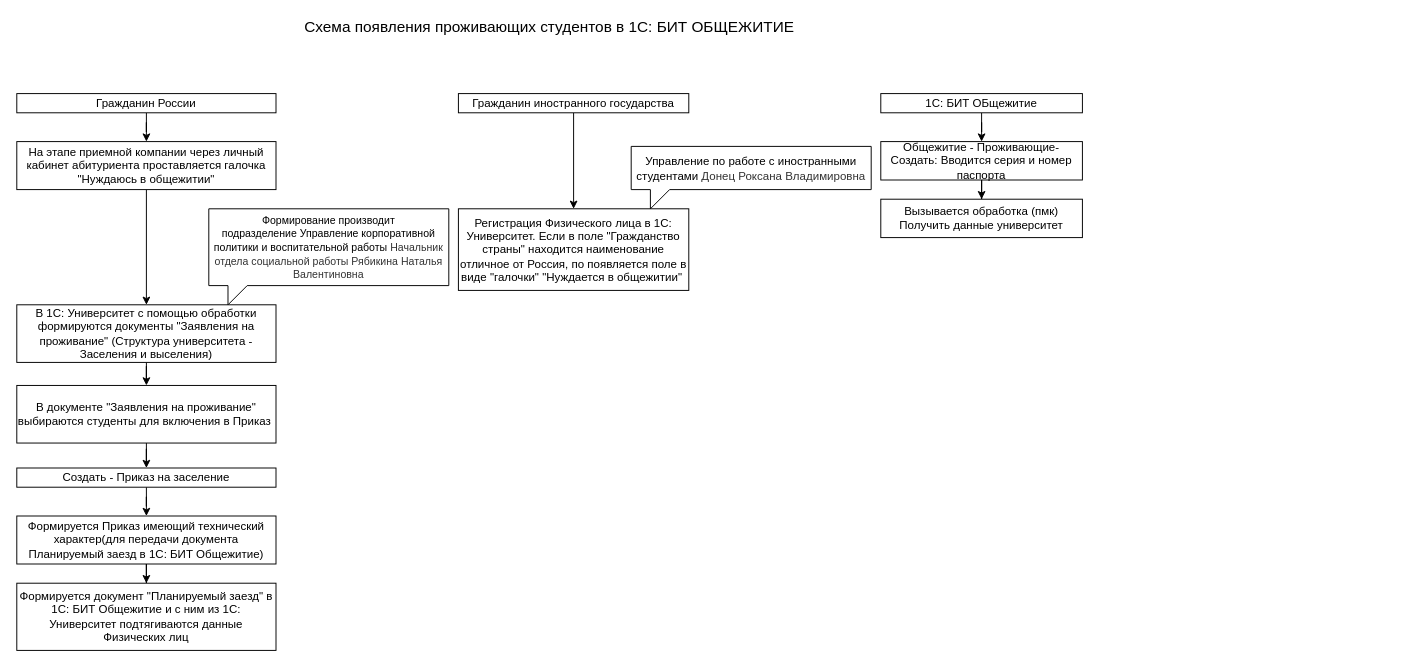
Before: 1C Общежитие.drawio in st00g21/MyRepo2, a draw.io diagram. Source tidied: cells renumbered, new cells numbered last; positions are measured from the earlier drawing's top-left corner, leaving out a move shared by most shapes. Both pictures are drawn from the tidied source at 96%, with x=0, y=0 at pixel (16, 16).
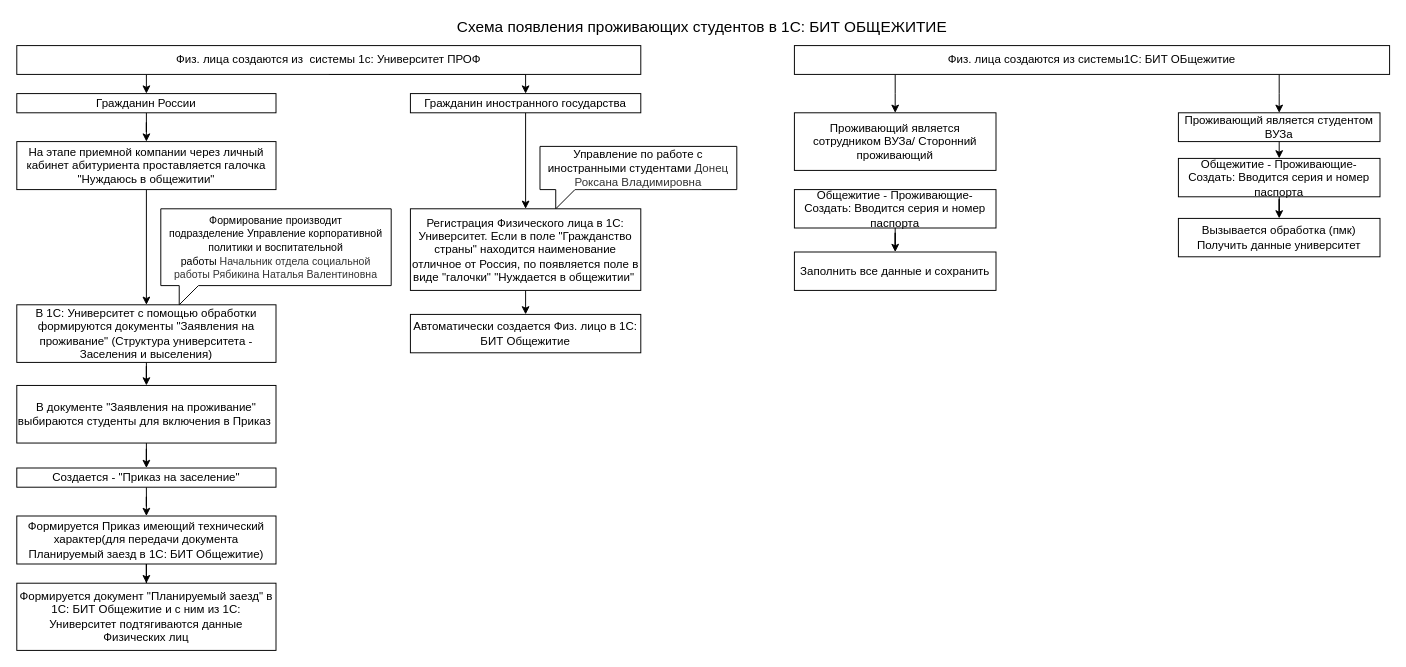
Above is the later version.

Unchanged cells that the change refers to:
```xml
<mxCell id="3" value="Гражданин России" style="rounded=0;whiteSpace=wrap;html=1;" parent="1" vertex="1">
  <mxGeometry y="80" width="270" height="20" as="geometry" />
</mxCell>
```

What changed in the source:
```diff
@@
     <mxCell id="4" value="&lt;font style=&quot;font-size: 16px&quot;&gt;Схема появления проживающих студентов в 1С: БИТ ОБЩЕЖИТИЕ&lt;/font&gt;" style="text;html=1;strokeColor=none;fillColor=none;align=center;verticalAlign=middle;whiteSpace=wrap;rounded=0;" parent="1" vertex="1">
-      <mxGeometry x="140" width="830" height="20" as="geometry" />
+      <mxGeometry x="299" width="830" height="20" as="geometry" />
     </mxCell>
@@
     <mxCell id="6" value="Гражданин иностранного государства" style="rounded=0;whiteSpace=wrap;html=1;" parent="1" vertex="1">
-      <mxGeometry x="460" y="80" width="240" height="20" as="geometry" />
+      <mxGeometry x="410" y="80" width="240" height="20" as="geometry" />
     </mxCell>
-    <mxCell id="7" style="edgeStyle=orthogonalEdgeStyle;rounded=0;jettySize=auto;html=1;" parent="1" edge="1" source="8" target="23">
-      <mxGeometry relative="1" as="geometry" />
+    <mxCell id="7" style="edgeStyle=orthogonalEdgeStyle;rounded=0;jettySize=auto;html=1;entryX=0.5;entryY=0;entryDx=0;entryDy=0;" parent="1" edge="1" source="8" target="34">
+      <mxGeometry relative="1" as="geometry">
+        <Array as="points">
+          <mxPoint x="1315" y="80" />
+          <mxPoint x="1315" y="80" />
+        </Array>
+      </mxGeometry>
     </mxCell>
+    <mxCell id="27" style="edgeStyle=orthogonalEdgeStyle;rounded=0;jettySize=auto;html=1;entryX=0.5;entryY=0;entryDx=0;entryDy=0;" parent="1" edge="1" source="8" target="35">
+      <mxGeometry relative="1" as="geometry">
+        <Array as="points">
+          <mxPoint x="915" y="80" />
+          <mxPoint x="915" y="80" />
+        </Array>
+      </mxGeometry>
+    </mxCell>
-    <mxCell id="8" value="1С: БИТ ОБщежитие" style="rounded=0;whiteSpace=wrap;html=1;" parent="1" vertex="1">
-      <mxGeometry x="900" y="80" width="210" height="20" as="geometry" />
+    <mxCell id="8" value="Физ. лица создаются из системы1С: БИТ ОБщежитие" style="rounded=0;whiteSpace=wrap;html=1;" parent="1" vertex="1">
+      <mxGeometry x="810" y="30" width="620" height="30" as="geometry" />
     </mxCell>
@@
     <mxCell id="15" value="&lt;font style=&quot;font-size: 11px&quot;&gt;&lt;font style=&quot;font-size: 11px&quot;&gt;&lt;span style=&quot;background-color: rgb(255 , 255 , 255)&quot;&gt;Формирование производит подразделение&amp;nbsp;&lt;font style=&quot;font-size: 11px&quot;&gt;Управление корпоративной политики и воспитательной работы&lt;font style=&quot;font-size: 11px&quot;&gt;&amp;nbsp;&lt;/font&gt;&lt;/font&gt;&lt;/span&gt;&lt;span style=&quot;color: rgb(51 , 51 , 51) ; text-align: justify ; background-color: rgb(255 , 255 , 255)&quot;&gt;&lt;font style=&quot;font-size: 11px&quot;&gt;Начальник отдела социальной работы&amp;nbsp;&lt;/font&gt;&lt;/span&gt;&lt;/font&gt;&lt;span style=&quot;color: rgb(51 , 51 , 51) ; text-align: justify ; background-color: rgb(255 , 255 , 255)&quot;&gt;&lt;font style=&quot;font-size: 11px&quot;&gt;Рябикина Наталья Валентиновна&lt;/font&gt;&lt;/span&gt;&lt;/font&gt;" style="shape=callout;whiteSpace=wrap;html=1;perimeter=calloutPerimeter;size=20;position=0.08;position2=0.08;" parent="1" vertex="1">
-      <mxGeometry x="200" y="200" width="250" height="100" as="geometry" />
+      <mxGeometry x="150" y="200" width="240" height="100" as="geometry" />
     </mxCell>
@@
+    <mxCell id="28" style="edgeStyle=orthogonalEdgeStyle;rounded=0;jettySize=auto;html=1;exitX=0.5;exitY=1;exitDx=0;exitDy=0;entryX=0.5;entryY=0;entryDx=0;entryDy=0;" parent="1" edge="1" source="19" target="32">
+      <mxGeometry relative="1" as="geometry" />
+    </mxCell>
     <mxCell id="19" value="&lt;font style=&quot;font-size: 12px ; background-color: rgb(255 , 255 , 255)&quot;&gt;&lt;span style=&quot;color: rgb(0 , 0 , 0) ; font-style: normal ; font-weight: 400 ; letter-spacing: normal ; text-align: center ; text-indent: 0px ; text-transform: none ; word-spacing: 0px ; display: inline ; float: none&quot;&gt;Регистрация Физического лица в 1С: Университет. Если в поле &quot;Гражданство страны&quot; находится наименование отличное от Россия, по появляется поле в виде &quot;галочки&quot; &quot;Нуждается в общежитии&quot;&amp;nbsp;&lt;/span&gt;&lt;br&gt;&lt;/font&gt;" style="rounded=0;whiteSpace=wrap;html=1;" parent="1" vertex="1">
-      <mxGeometry x="460" y="200" width="240" height="85" as="geometry" />
+      <mxGeometry x="410" y="200" width="240" height="85" as="geometry" />
     </mxCell>
     <mxCell id="20" value="&lt;span style=&quot;background-color: rgb(255 , 255 , 255)&quot;&gt;&lt;span&gt;Управление по работе с иностранными студентами&amp;nbsp;&lt;/span&gt;&lt;span style=&quot;color: rgb(51 , 51 , 51) ; text-align: justify&quot;&gt;Донец Роксана Владимировна&lt;/span&gt;&lt;/span&gt;" style="shape=callout;whiteSpace=wrap;html=1;perimeter=calloutPerimeter;size=20;position=0.08;position2=0.08;" parent="1" vertex="1">
-      <mxGeometry x="640" y="135" width="250" height="65" as="geometry" />
+      <mxGeometry x="545" y="135" width="205" height="65" as="geometry" />
     </mxCell>
@@
     <mxCell id="23" value="Общежитие - Проживающие- Создать: Вводится серия и номер паспорта" style="rounded=0;whiteSpace=wrap;html=1;" parent="1" vertex="1">
-      <mxGeometry x="900" y="130" width="210" height="40" as="geometry" />
+      <mxGeometry x="1210" y="147.5" width="210" height="40" as="geometry" />
     </mxCell>
     <mxCell id="24" value="Вызывается обработка (пмк) Получить данные университет" style="rounded=0;whiteSpace=wrap;html=1;" parent="1" vertex="1">
-      <mxGeometry x="900" y="190" width="210" height="40" as="geometry" />
+      <mxGeometry x="1210" y="210" width="210" height="40" as="geometry" />
     </mxCell>
@@
-    <mxCell id="26" value="Создать - Приказ на заселение" style="rounded=0;whiteSpace=wrap;html=1;" parent="1" vertex="1">
+    <mxCell id="26" value="Создается - &quot;Приказ на заселение&quot;" style="rounded=0;whiteSpace=wrap;html=1;" parent="1" vertex="1">
       <mxGeometry y="470" width="270" height="20" as="geometry" />
     </mxCell>
+    <mxCell id="29" style="edgeStyle=orthogonalEdgeStyle;rounded=0;jettySize=auto;html=1;entryX=0.5;entryY=0;entryDx=0;entryDy=0;" parent="1" edge="1" source="31" target="3">
+      <mxGeometry relative="1" as="geometry">
+        <Array as="points">
+          <mxPoint x="135" y="70" />
+          <mxPoint x="135" y="70" />
+        </Array>
+      </mxGeometry>
+    </mxCell>
+    <mxCell id="30" style="edgeStyle=orthogonalEdgeStyle;rounded=0;jettySize=auto;html=1;exitX=0.5;exitY=1;exitDx=0;exitDy=0;entryX=0.5;entryY=0;entryDx=0;entryDy=0;" parent="1" edge="1" source="31" target="6">
+      <mxGeometry relative="1" as="geometry">
+        <Array as="points">
+          <mxPoint x="530" y="60" />
+        </Array>
+      </mxGeometry>
+    </mxCell>
+    <mxCell id="31" value="Физ. лица создаются из&amp;nbsp; системы 1с: Университет ПРОФ" style="rounded=0;whiteSpace=wrap;html=1;" parent="1" vertex="1">
+      <mxGeometry y="30" width="650" height="30" as="geometry" />
+    </mxCell>
+    <mxCell id="32" value="Автоматически создается Физ. лицо в 1С: БИТ Общежитие" style="rounded=0;whiteSpace=wrap;html=1;" parent="1" vertex="1">
+      <mxGeometry x="410" y="310" width="240" height="40" as="geometry" />
+    </mxCell>
+    <mxCell id="33" style="edgeStyle=orthogonalEdgeStyle;rounded=0;jettySize=auto;html=1;exitX=0.5;exitY=1;exitDx=0;exitDy=0;entryX=0.5;entryY=0;entryDx=0;entryDy=0;" parent="1" edge="1" source="34" target="23">
+      <mxGeometry relative="1" as="geometry" />
+    </mxCell>
+    <mxCell id="34" value="Проживающий является студентом ВУЗа" style="rounded=0;whiteSpace=wrap;html=1;" parent="1" vertex="1">
+      <mxGeometry x="1210" y="100" width="210" height="30" as="geometry" />
+    </mxCell>
+    <mxCell id="35" value="Проживающий является сотрудником ВУЗа/ Сторонний проживающий" style="rounded=0;whiteSpace=wrap;html=1;" parent="1" vertex="1">
+      <mxGeometry x="810" y="100" width="210" height="60" as="geometry" />
+    </mxCell>
+    <mxCell id="36" style="edgeStyle=orthogonalEdgeStyle;rounded=0;jettySize=auto;html=1;entryX=0.5;entryY=0;entryDx=0;entryDy=0;" parent="1" edge="1" source="37" target="38">
+      <mxGeometry relative="1" as="geometry" />
+    </mxCell>
+    <mxCell id="37" value="Общежитие - Проживающие- Создать: Вводится серия и номер паспорта" style="rounded=0;whiteSpace=wrap;html=1;" parent="1" vertex="1">
+      <mxGeometry x="810" y="180" width="210" height="40" as="geometry" />
+    </mxCell>
+    <mxCell id="38" value="Заполнить все данные и сохранить" style="rounded=0;whiteSpace=wrap;html=1;" parent="1" vertex="1">
+      <mxGeometry x="810" y="245" width="210" height="40" as="geometry" />
+    </mxCell>
```
